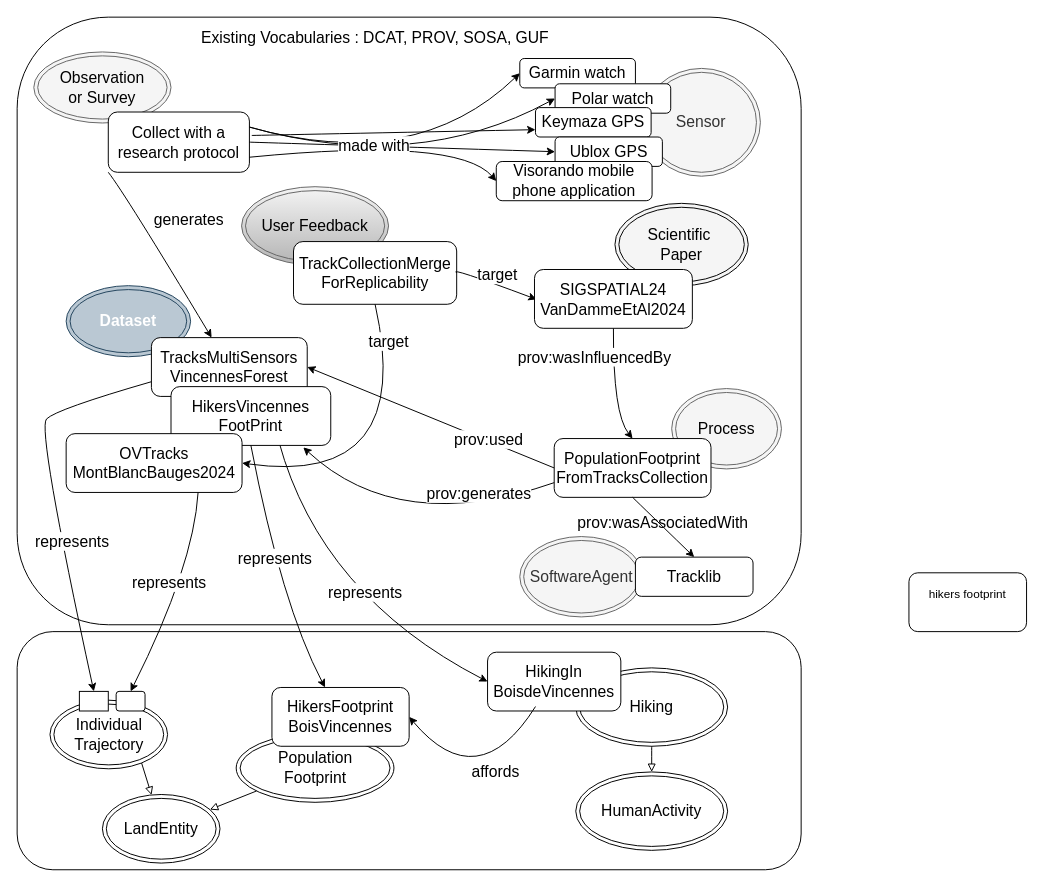
Above: page "Schéma 2 article" (3 of 3) of docs/diagrams/model_KG.drawio in IntForOut/outdoorPressure (draw.io), before the change. Source tidied: cells renumbered, new cells numbered last; positions are measured from the earlier drawing's top-left corner, leaving out a move shared by most shapes. Both pictures are drawn from the tidied source at 98%, with x=0, y=0 at pixel (17, 17).
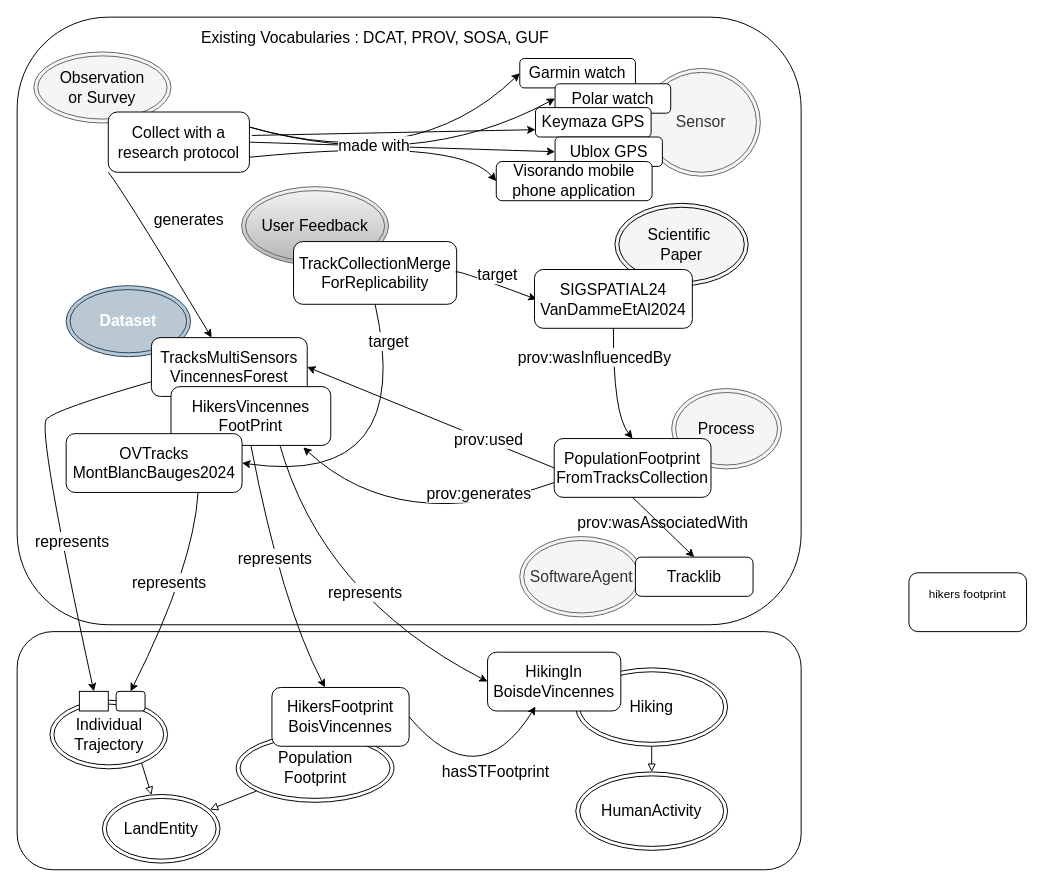
The same diagram, later.

Unchanged cells that the change refers to:
```xml
<mxCell id="43" value="&lt;div&gt;HikingIn&lt;/div&gt;&lt;div&gt;BoisdeVincennes&lt;/div&gt;" style="rounded=1;whiteSpace=wrap;html=1;fontSize=16;" parent="1" vertex="1">
  <mxGeometry x="480" y="648" width="136" height="60" as="geometry" />
</mxCell>
<mxCell id="55" value="&lt;div&gt;HikersFootprint&lt;/div&gt;&lt;div&gt;BoisVincennes&lt;/div&gt;" style="rounded=1;whiteSpace=wrap;html=1;fontSize=16;" parent="1" vertex="1">
  <mxGeometry x="260" y="684" width="140" height="60" as="geometry" />
</mxCell>
```

The edit, as a diff of the source:
```diff
@@
-    <mxCell id="53" style="endArrow=classic;html=1;rounded=0;curved=1;exitX=0.36;exitY=0.924;exitDx=0;exitDy=0;entryX=1;entryY=0.5;entryDx=0;entryDy=0;fontSize=16;exitPerimeter=0;" parent="1" edge="1" source="43" target="55">
+    <mxCell id="53" style="endArrow=none;html=1;rounded=0;curved=1;exitX=0.36;exitY=0.924;exitDx=0;exitDy=0;entryX=1;entryY=0.5;entryDx=0;entryDy=0;fontSize=16;exitPerimeter=0;startArrow=classic;startFill=1;endFill=0;" parent="1" edge="1" source="43" target="55">
       <mxGeometry relative="1" as="geometry">
         <Array as="points">
           <mxPoint x="470" y="797" />
         </Array>
       </mxGeometry>
     </mxCell>
-    <mxCell id="54" value="&lt;font style=&quot;color: rgb(0, 0, 0);&quot;&gt;affords&lt;/font&gt;" style="edgeLabel;html=1;align=center;verticalAlign=middle;fontSize=16;" parent="53" vertex="1">
+    <mxCell id="54" value="hasSTFootprint" style="edgeLabel;html=1;align=center;verticalAlign=middle;fontSize=16;" parent="53" vertex="1">
       <mxGeometry x="-0.05" y="3" relative="1" as="geometry">
         <mxPoint x="11" y="-24" as="offset" />
       </mxGeometry>
     </mxCell>
```
